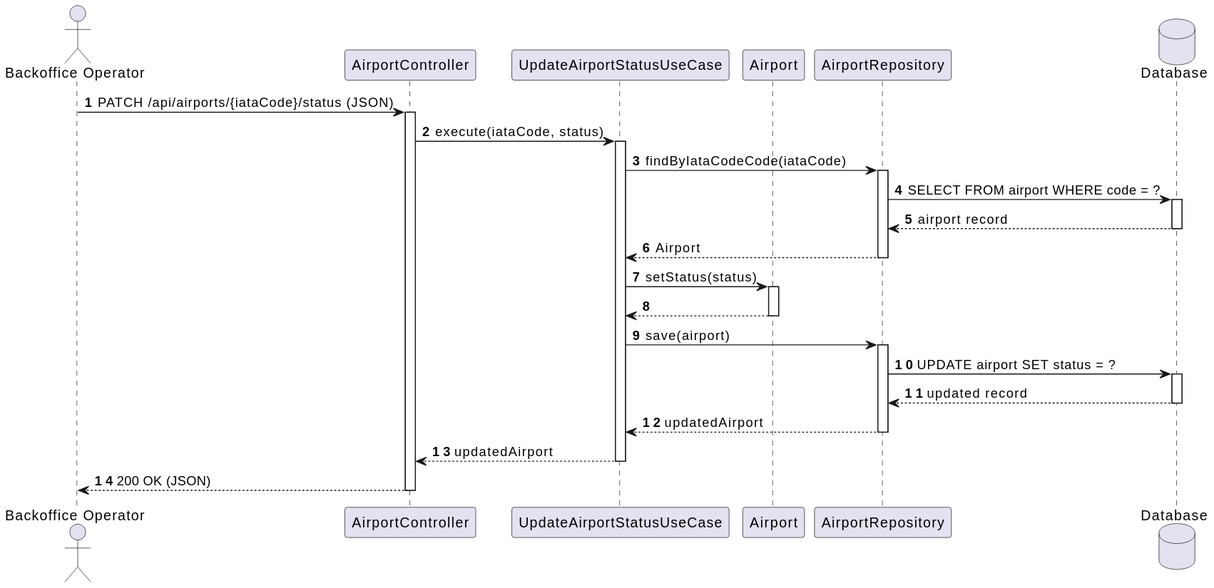
Earlier version of the PlantUML export docs/use-cases/WP#_A/WP#2A/svg/sequence-diagram/sd_us109.svg (VascoMagolo/psoft_1231562_1241692_1242036_2db). Its diagram source:
```plantuml
@startuml
autonumber
actor "Backoffice Operator" as BO
participant "AirportController" as Ctrl
participant "UpdateAirportStatusUseCase" as UC
participant "Airport" as Entity
participant "AirportRepository" as Repo
database "Database" as DB

BO -> Ctrl : PATCH /api/airports/{iataCode}/status (JSON)
activate Ctrl

Ctrl -> UC : execute(iataCode, status)
activate UC

UC -> Repo : findByIataCodeCode(iataCode)
activate Repo
Repo -> DB : SELECT FROM airport WHERE code = ?
activate DB
DB --> Repo : airport record
deactivate DB
Repo --> UC : Airport
deactivate Repo

UC -> Entity : setStatus(status)
activate Entity
Entity --> UC
deactivate Entity

UC -> Repo : save(airport)
activate Repo
Repo -> DB : UPDATE airport SET status = ?
activate DB
DB --> Repo : updated record
deactivate DB
Repo --> UC : updatedAirport
deactivate Repo

UC --> Ctrl : updatedAirport
deactivate UC

Ctrl --> BO : 200 OK (JSON)
deactivate Ctrl
@enduml
```
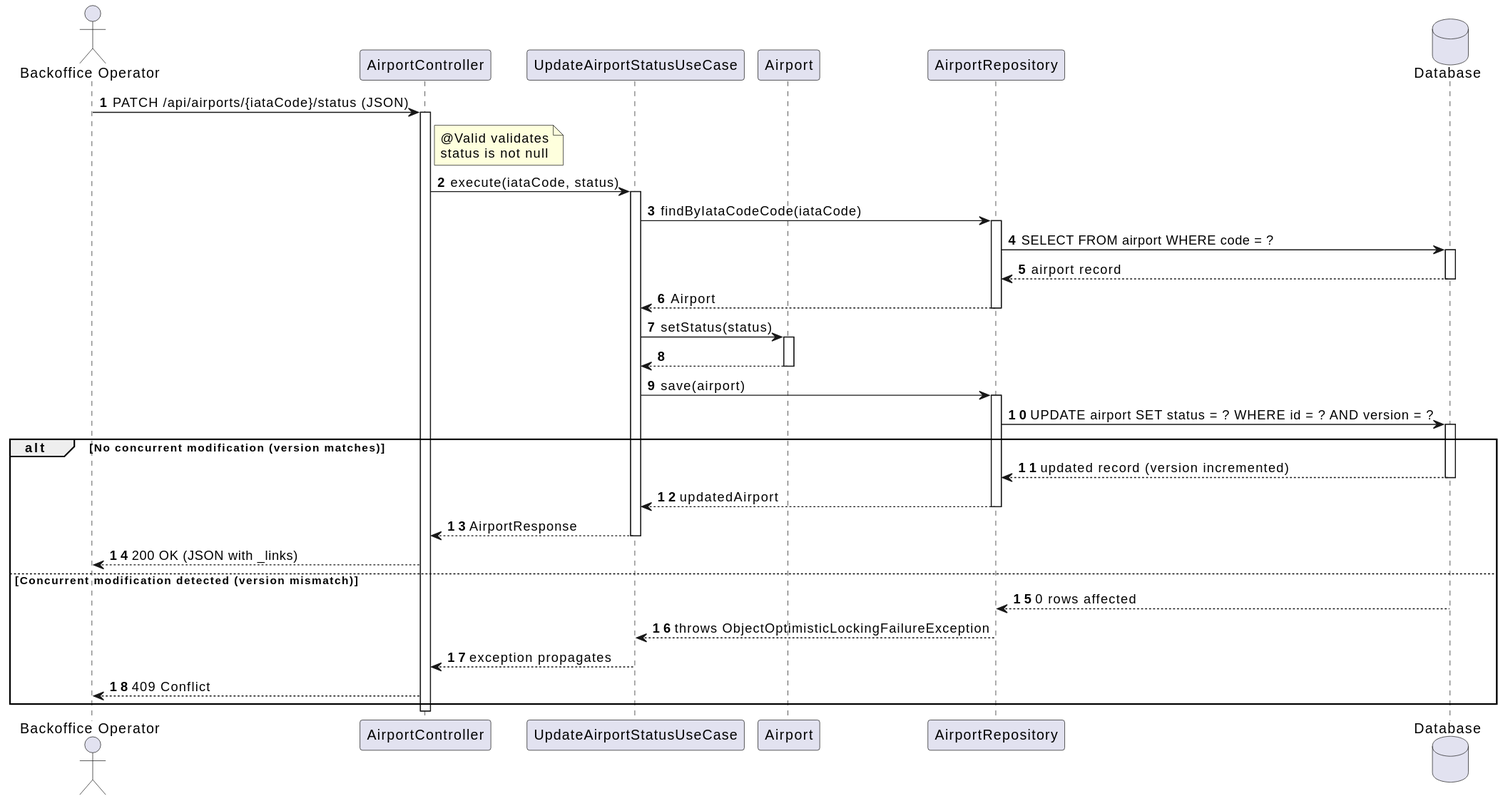
After the change.

What changed in the source:
```diff
@@ -9,6 +9,8 @@
 
 BO -> Ctrl : PATCH /api/airports/{iataCode}/status (JSON)
 activate Ctrl
+
+note right of Ctrl : @Valid validates\nstatus is not null
 
 Ctrl -> UC : execute(iataCode, status)
 activate UC
@@ -29,16 +31,23 @@
 
 UC -> Repo : save(airport)
 activate Repo
-Repo -> DB : UPDATE airport SET status = ?
+Repo -> DB : UPDATE airport SET status = ? WHERE id = ? AND version = ?
 activate DB
-DB --> Repo : updated record
-deactivate DB
-Repo --> UC : updatedAirport
-deactivate Repo
 
-UC --> Ctrl : updatedAirport
-deactivate UC
+alt No concurrent modification (version matches)
+  DB --> Repo : updated record (version incremented)
+  deactivate DB
+  Repo --> UC : updatedAirport
+  deactivate Repo
+  UC --> Ctrl : AirportResponse
+  deactivate UC
+  Ctrl --> BO : 200 OK (JSON with _links)
+else Concurrent modification detected (version mismatch)
+  DB --> Repo : 0 rows affected
+  Repo --> UC : throws ObjectOptimisticLockingFailureException
+  UC --> Ctrl : exception propagates
+  Ctrl --> BO : 409 Conflict
+end
 
-Ctrl --> BO : 200 OK (JSON)
 deactivate Ctrl
 @enduml
```
